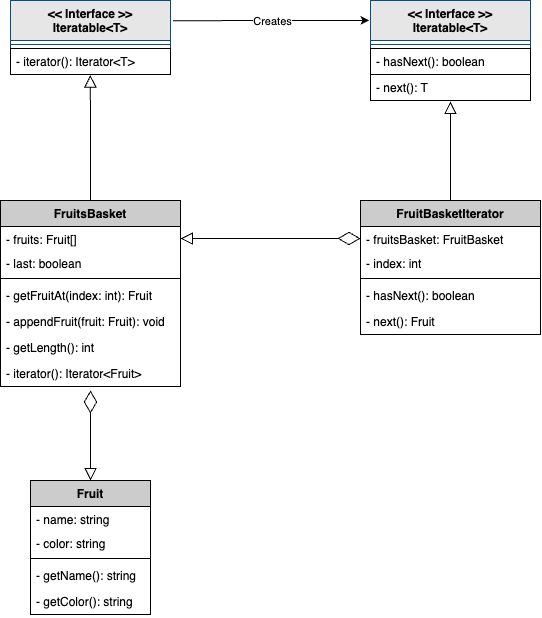
Before: iterator/docs/class-diagram.drawio.png, a diagram exported from draw.io (sh-yamaga/design-patterns-go). Source tidied: cells renumbered, new cells last; positions are measured from the earlier drawing's top-left corner, leaving out a move shared by most shapes.
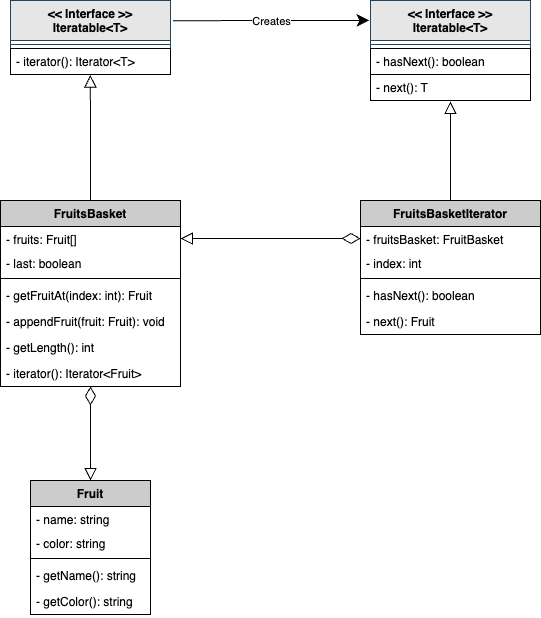
After the change.

Commit message:
[update]#iterator_update class diagram

The edit, as a diff of the source:
```diff
@@ -23,7 +23,7 @@
     <mxCell id="8" value="- next(): T" style="text;strokeColor=#000000;fillColor=none;align=left;verticalAlign=top;spacingLeft=4;spacingRight=4;overflow=hidden;points=[[0,0.5],[1,0.5]];portConstraint=eastwest;fontColor=#000000;" parent="5" vertex="1">
       <mxGeometry y="74" width="160" height="26" as="geometry" />
     </mxCell>
-    <mxCell id="9" style="endArrow=classic;html=1;strokeColor=#000000;fontColor=#000000;exitX=1.016;exitY=0.273;exitDx=0;exitDy=0;exitPerimeter=0;entryX=-0.007;entryY=0.199;entryDx=0;entryDy=0;entryPerimeter=0;" parent="1" edge="1" source="2" target="5">
+    <mxCell id="9" style="endArrow=classic;html=1;strokeColor=#000000;fontColor=#000000;exitX=1.016;exitY=0.273;exitDx=0;exitDy=0;exitPerimeter=0;entryX=-0.007;entryY=0.199;entryDx=0;entryDy=0;entryPerimeter=0;endSize=10;" parent="1" edge="1" source="2" target="5">
       <mxGeometry relative="1" as="geometry" />
     </mxCell>
     <mxCell id="10" value="Creates" style="edgeLabel;html=1;align=center;verticalAlign=middle;labelBackgroundColor=#FFFFFF;strokeColor=#000000;fontColor=#000000;fillColor=none;" parent="9" vertex="1">
@@ -71,7 +71,7 @@
     <mxCell id="24" value="- getColor(): string" style="text;strokeColor=none;fillColor=none;align=left;verticalAlign=top;spacingLeft=4;spacingRight=4;overflow=hidden;fontColor=#000000;" parent="19" vertex="1">
       <mxGeometry y="108" width="120" height="26" as="geometry" />
     </mxCell>
-    <mxCell id="25" value="FruitBasketIterator" style="swimlane;fontStyle=1;align=center;verticalAlign=top;horizontal=1;startSize=26;fillColor=#CCCCCC;fontColor=#000000;strokeColor=#000000;" parent="1" vertex="1">
+    <mxCell id="25" value="FruitsBasketIterator" style="swimlane;fontStyle=1;align=center;verticalAlign=top;horizontal=1;startSize=26;fillColor=#CCCCCC;fontColor=#000000;strokeColor=#000000;" parent="1" vertex="1">
       <mxGeometry x="360" y="200" width="180" height="134" as="geometry" />
     </mxCell>
     <mxCell id="26" value="- fruitsBasket: FruitBasket" style="text;strokeColor=none;fillColor=none;align=left;verticalAlign=top;spacingLeft=4;spacingRight=4;overflow=hidden;points=[[0,0.5],[1,0.5]];portConstraint=eastwest;fontColor=#000000;" parent="25" vertex="1">
@@ -95,13 +95,11 @@
     <mxCell id="32" style="endArrow=block;html=1;fontColor=#000000;entryX=0.5;entryY=1.038;entryDx=0;entryDy=0;entryPerimeter=0;exitX=0.5;exitY=0;exitDx=0;exitDy=0;strokeColor=#000000;endFill=0;endSize=10;" parent="1" edge="1" source="25" target="8">
       <mxGeometry relative="1" as="geometry" />
     </mxCell>
-    <mxCell id="33" style="endArrow=block;html=1;fontColor=#000000;strokeColor=#000000;endFill=0;endSize=10;startArrow=diamondThin;startFill=0;startSize=20;exitX=0;exitY=0.5;exitDx=0;exitDy=0;entryX=1;entryY=0.5;entryDx=0;entryDy=0;" parent="1" edge="1" source="26" target="12">
+    <mxCell id="33" style="endArrow=block;html=1;fontColor=#000000;strokeColor=#000000;endFill=0;endSize=10;startArrow=diamondThin;startFill=0;startSize=16;exitX=0;exitY=0.5;exitDx=0;exitDy=0;entryX=1;entryY=0.5;entryDx=0;entryDy=0;" parent="1" edge="1" source="26" target="12">
       <mxGeometry relative="1" as="geometry" />
     </mxCell>
-    <mxCell id="34" style="endArrow=block;html=1;fontColor=#000000;strokeColor=#000000;endFill=0;endSize=10;startArrow=diamondThin;startFill=0;startSize=20;entryX=0.5;entryY=0;entryDx=0;entryDy=0;" parent="1" edge="1" target="19">
-      <mxGeometry relative="1" as="geometry">
-        <mxPoint x="90" y="390" as="sourcePoint" />
-      </mxGeometry>
+    <mxCell id="34" style="endArrow=block;html=1;fontColor=#000000;strokeColor=#000000;endFill=0;endSize=10;startArrow=diamondThin;startFill=0;startSize=16;entryX=0.5;entryY=0;entryDx=0;entryDy=0;" parent="1" edge="1" source="18" target="19">
+      <mxGeometry relative="1" as="geometry" />
     </mxCell>
   </root>
 </mxGraphModel>
```
